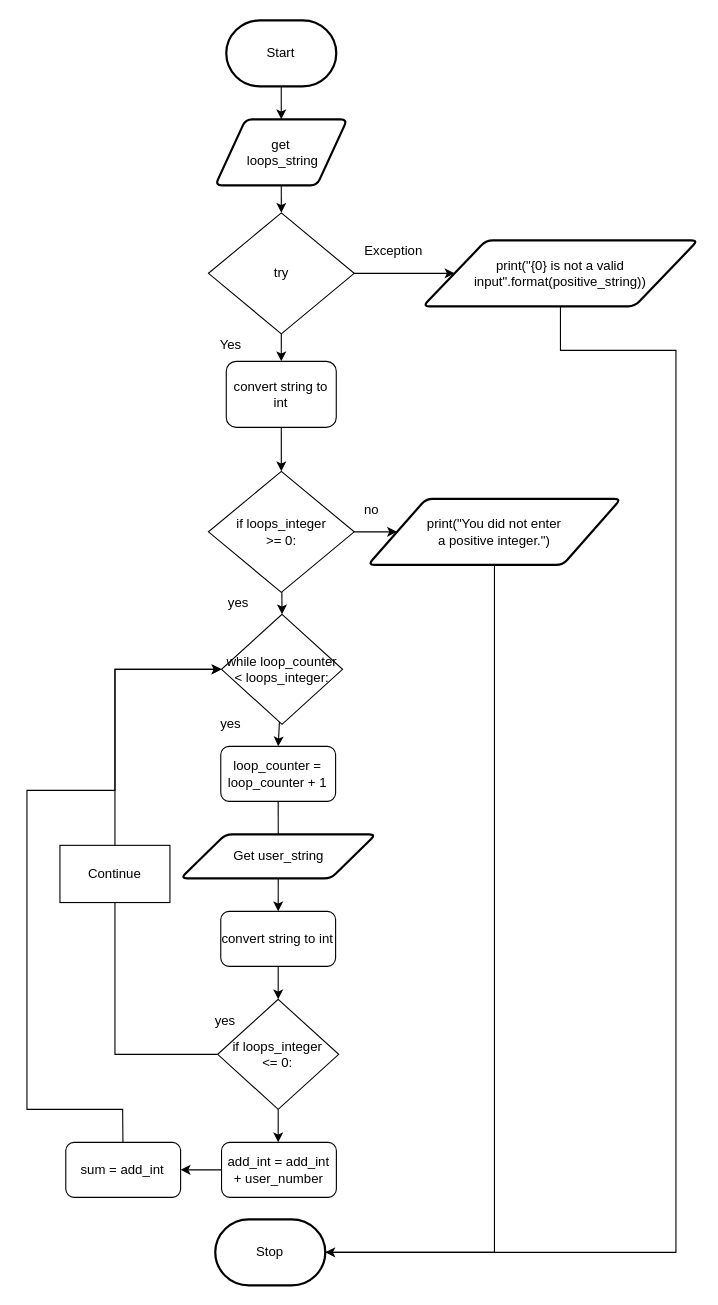
Earlier version of the draw.io diagram design/flowchart.drawio (Emmanuel-Fofeyin/ICS3U-Unit4-05-Python). Source tidied: cells renumbered, new cells numbered last; positions are measured from the earlier drawing's top-left corner, leaving out a move shared by most shapes. Both pictures are drawn from the tidied source at 110%, with x=0, y=0 at pixel (26, 20).
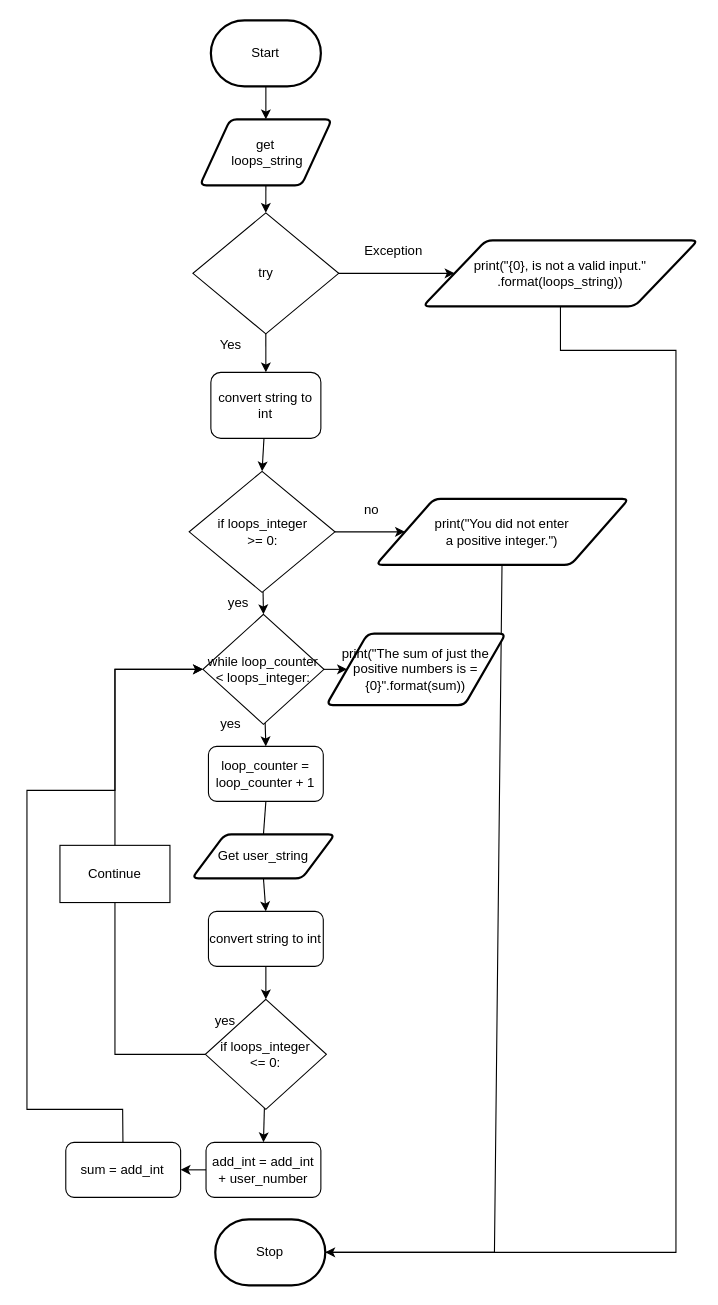
Above is the later version.

Change to the diagram source:
```diff
@@
     <mxCell id="3" value="Start" style="strokeWidth=2;html=1;shape=mxgraph.flowchart.terminator;whiteSpace=wrap;" parent="1" vertex="1">
-      <mxGeometry x="181.2" width="100" height="60" as="geometry" />
+      <mxGeometry x="167.2" width="100" height="60" as="geometry" />
     </mxCell>
@@
     <mxCell id="6" value="get&lt;br&gt;&amp;nbsp;loops_string" style="shape=parallelogram;html=1;strokeWidth=2;perimeter=parallelogramPerimeter;whiteSpace=wrap;rounded=1;arcSize=12;size=0.23;" parent="1" vertex="1">
-      <mxGeometry x="171.2" y="90" width="120" height="60" as="geometry" />
+      <mxGeometry x="157.2" y="90" width="120" height="60" as="geometry" />
     </mxCell>
@@
     <mxCell id="8" value="try" style="rhombus;whiteSpace=wrap;html=1;" parent="1" vertex="1">
-      <mxGeometry x="165" y="175" width="132.5" height="110" as="geometry" />
+      <mxGeometry x="150.9" y="175" width="132.5" height="110" as="geometry" />
     </mxCell>
@@
     <mxCell id="12" value="&lt;font style=&quot;font-size: 12px&quot;&gt;convert string to int&lt;br&gt;&lt;/font&gt;" style="rounded=1;whiteSpace=wrap;html=1;" parent="1" vertex="1">
-      <mxGeometry x="181.2" y="310" width="100" height="60" as="geometry" />
+      <mxGeometry x="167.2" y="320" width="100" height="60" as="geometry" />
     </mxCell>
@@
-    <mxCell id="14" value="print(&quot;{0} is not a valid input&quot;.format(positive_string))" style="shape=parallelogram;html=1;strokeWidth=2;perimeter=parallelogramPerimeter;whiteSpace=wrap;rounded=1;arcSize=12;size=0.23;" parent="1" vertex="1">
+    <mxCell id="14" value="print(&quot;{0}, is not a valid input.&quot; .format(loops_string))" style="shape=parallelogram;html=1;strokeWidth=2;perimeter=parallelogramPerimeter;whiteSpace=wrap;rounded=1;arcSize=12;size=0.23;" parent="1" vertex="1">
       <mxGeometry x="360" y="200" width="250" height="60" as="geometry" />
     </mxCell>
@@
     <mxCell id="17" value="if loops_integer &lt;br&gt;&amp;gt;= 0:" style="rhombus;whiteSpace=wrap;html=1;" parent="1" vertex="1">
-      <mxGeometry x="165" y="410" width="132.5" height="110" as="geometry" />
+      <mxGeometry x="147.5" y="410" width="132.5" height="110" as="geometry" />
     </mxCell>
@@
     <mxCell id="20" value="print(&quot;You did not enter &lt;br&gt;a positive integer.&quot;)" style="shape=parallelogram;html=1;strokeWidth=2;perimeter=parallelogramPerimeter;whiteSpace=wrap;rounded=1;arcSize=12;size=0.23;" parent="1" vertex="1">
-      <mxGeometry x="310" y="435" width="230" height="60" as="geometry" />
+      <mxGeometry x="317.2" y="435" width="230" height="60" as="geometry" />
     </mxCell>
     <mxCell id="21" value="loop_counter = loop_counter + 1" style="rounded=1;whiteSpace=wrap;html=1;" parent="1" vertex="1">
-      <mxGeometry x="176.2" y="660" width="104.4" height="50" as="geometry" />
+      <mxGeometry x="165" y="660" width="104.4" height="50" as="geometry" />
     </mxCell>
@@
+    <mxCell id="41" style="edgeStyle=none;html=1;entryX=0;entryY=0.5;entryDx=0;entryDy=0;" parent="1" edge="1" source="27" target="42">
+      <mxGeometry relative="1" as="geometry" />
+    </mxCell>
     <mxCell id="27" value="while loop_counter &amp;lt; loops_integer:" style="rhombus;whiteSpace=wrap;html=1;" parent="1" vertex="1">
-      <mxGeometry x="176.9" y="540" width="110" height="100" as="geometry" />
+      <mxGeometry x="160" y="540" width="110" height="100" as="geometry" />
     </mxCell>
@@
     <mxCell id="29" value="Get user_string" style="shape=parallelogram;html=1;strokeWidth=2;perimeter=parallelogramPerimeter;whiteSpace=wrap;rounded=1;arcSize=12;size=0.23;" parent="1" vertex="1">
-      <mxGeometry x="139.7" y="740" width="177.5" height="40" as="geometry" />
+      <mxGeometry x="150" y="740" width="130" height="40" as="geometry" />
     </mxCell>
@@
     <mxCell id="31" value="convert string to int" style="rounded=1;whiteSpace=wrap;html=1;" parent="1" vertex="1">
-      <mxGeometry x="176.2" y="810" width="104.4" height="50" as="geometry" />
+      <mxGeometry x="165" y="810" width="104.4" height="50" as="geometry" />
     </mxCell>
@@
-    <mxCell id="34" style="edgeStyle=none;rounded=0;html=1;" parent="1" edge="1" source="35">
-      <mxGeometry relative="1" as="geometry">
-        <mxPoint x="228.4" y="1020" as="targetPoint" />
-      </mxGeometry>
+    <mxCell id="34" style="edgeStyle=none;rounded=0;html=1;entryX=0.5;entryY=0;entryDx=0;entryDy=0;" parent="1" edge="1" source="35" target="38">
+      <mxGeometry relative="1" as="geometry" />
     </mxCell>
     <mxCell id="35" value="&lt;div&gt;if loops_integer&lt;/div&gt;&lt;div&gt;&amp;lt;= 0:&lt;/div&gt;" style="rhombus;whiteSpace=wrap;html=1;" parent="1" vertex="1">
-      <mxGeometry x="173.4" y="890" width="110" height="100" as="geometry" />
+      <mxGeometry x="162.2" y="890" width="110" height="100" as="geometry" />
     </mxCell>
@@
     <mxCell id="38" value="add_int = add_int + user_number" style="rounded=1;whiteSpace=wrap;html=1;" parent="1" vertex="1">
-      <mxGeometry x="176.9" y="1020" width="104.4" height="50" as="geometry" />
+      <mxGeometry x="162.8" y="1020" width="104.4" height="50" as="geometry" />
     </mxCell>
@@
+    <mxCell id="42" value="print(&quot;The sum of just the positive numbers is = {0}&quot;.format(sum))" style="shape=parallelogram;html=1;strokeWidth=2;perimeter=parallelogramPerimeter;whiteSpace=wrap;rounded=1;arcSize=12;size=0.23;" parent="1" vertex="1">
+      <mxGeometry x="272.2" y="557.5" width="163.1" height="65" as="geometry" />
+    </mxCell>
```
